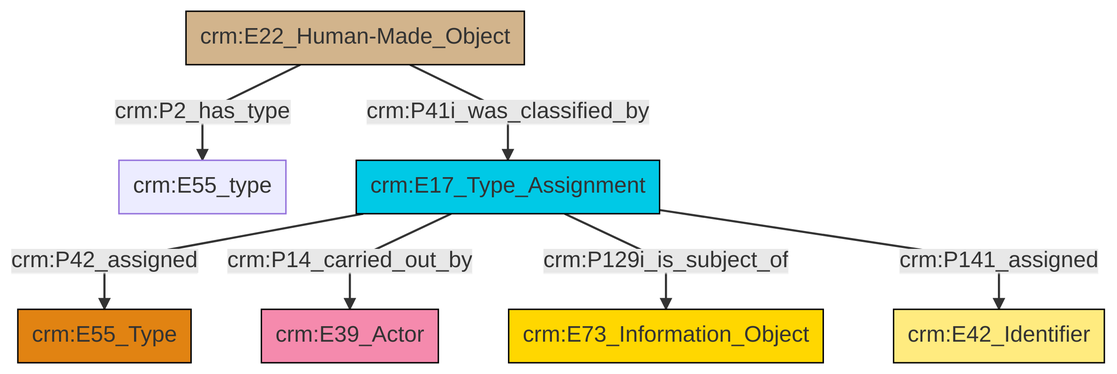
Above: et/builtWorkCSV/ttl/mmd/png/Built_Work_designation_status.png in swiss-art-research-net/docs.swissartresearch (Mermaid), before the change. Its source is kept beside it as et/builtWorkCSV/ttl/mmd/Built_Work_designation_status.ttl.mmd.
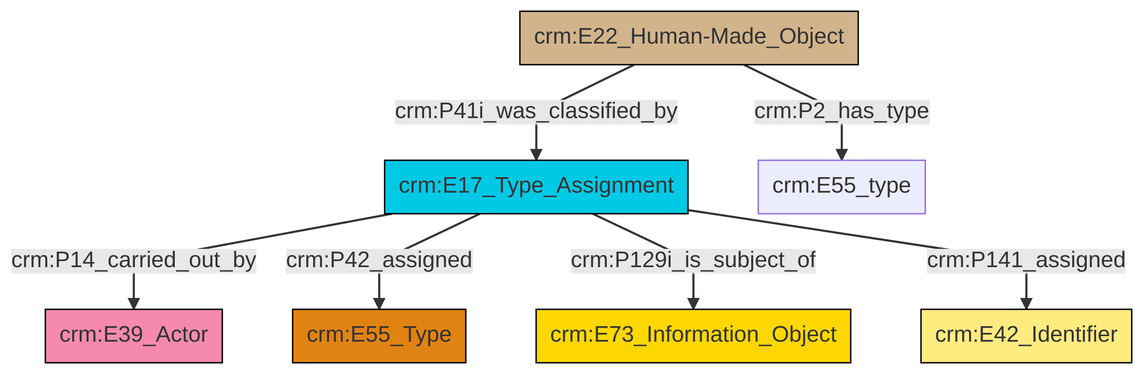
Later version of the same file.

Change to the diagram source:
```diff
@@ -13,9 +13,9 @@
 classDef PC_Classes fill:#4ce600, stroke:#000000;
 classDef Multi fill:#cccccc,stroke:#000000;
 
-0["crm:E22_Human-Made_Object"]:::Physical_Thing -->|crm:P2_has_type| 1["crm:E55_type"]:::Default
-2["crm:E17_Type_Assignment"]:::Temporal_Entity -->|crm:P42_assigned| 3["crm:E55_Type"]:::Type
-2["crm:E17_Type_Assignment"]:::Temporal_Entity -->|crm:P14_carried_out_by| 8["crm:E39_Actor"]:::Actor
-2["crm:E17_Type_Assignment"]:::Temporal_Entity -->|crm:P129i_is_subject_of| 6["crm:E73_Information_Object"]:::Conceptual_Object
-0["crm:E22_Human-Made_Object"]:::Physical_Thing -->|crm:P41i_was_classified_by| 2["crm:E17_Type_Assignment"]:::Temporal_Entity
-2["crm:E17_Type_Assignment"]:::Temporal_Entity -->|crm:P141_assigned| 4["crm:E42_Identifier"]:::Appellation
+4["crm:E17_Type_Assignment"]:::Temporal_Entity -->|crm:P14_carried_out_by| 5["crm:E39_Actor"]:::Actor
+2["crm:E22_Human-Made_Object"]:::Physical_Thing -->|crm:P2_has_type| 6["crm:E55_type"]:::Default
+4["crm:E17_Type_Assignment"]:::Temporal_Entity -->|crm:P42_assigned| 11["crm:E55_Type"]:::Type
+2["crm:E22_Human-Made_Object"]:::Physical_Thing -->|crm:P41i_was_classified_by| 4["crm:E17_Type_Assignment"]:::Temporal_Entity
+4["crm:E17_Type_Assignment"]:::Temporal_Entity -->|crm:P129i_is_subject_of| 8["crm:E73_Information_Object"]:::Conceptual_Object
+4["crm:E17_Type_Assignment"]:::Temporal_Entity -->|crm:P141_assigned| 0["crm:E42_Identifier"]:::Appellation
```
